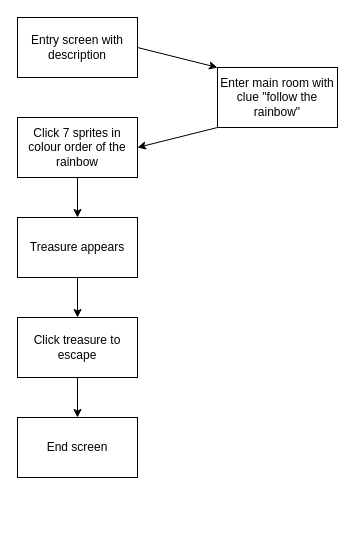
Earlier version of the draw.io diagram test.drawio (SchoolOfCode/escape-room-hackathon-room2grow). Source tidied: cells renumbered, new cells numbered last; positions are measured from the earlier drawing's top-left corner, leaving out a move shared by most shapes. Both pictures are drawn from the tidied source at 100%, with x=0, y=0 at pixel (17, 17).
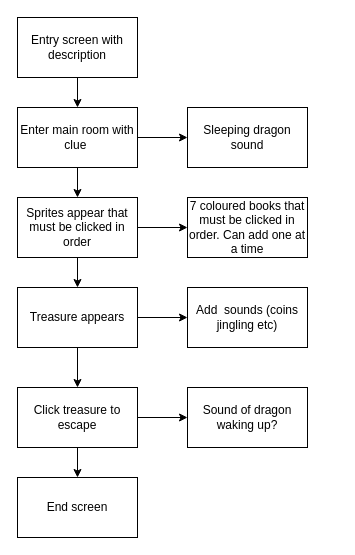
After the change.

Commit message:
updated flow to show additions we can make to reach each MVP

The change refers to these unchanged cells:
```xml
<mxCell id="3" value="Entry screen with description" style="rounded=0;whiteSpace=wrap;html=1;" parent="1" vertex="1">
  <mxGeometry width="120" height="60" as="geometry" />
</mxCell>
```

The edit, as a diff of the source:
```diff
@@
-    <mxCell id="2" style="edgeStyle=none;html=1;exitX=1;exitY=0.5;exitDx=0;exitDy=0;entryX=0;entryY=0;entryDx=0;entryDy=0;" parent="1" edge="1" source="3" target="12">
+    <mxCell id="2" style="edgeStyle=none;html=1;exitX=0.5;exitY=1;exitDx=0;exitDy=0;entryX=0.5;entryY=0;entryDx=0;entryDy=0;" parent="1" edge="1" source="3" target="12">
       <mxGeometry relative="1" as="geometry" />
     </mxCell>
@@
+    <mxCell id="13" style="edgeStyle=none;html=1;exitX=1;exitY=0.5;exitDx=0;exitDy=0;" parent="1" edge="1" source="5">
+      <mxGeometry relative="1" as="geometry">
+        <mxPoint x="120" y="210" as="targetPoint" />
+      </mxGeometry>
+    </mxCell>
+    <mxCell id="14" style="edgeStyle=none;html=1;exitX=1;exitY=0.5;exitDx=0;exitDy=0;entryX=0;entryY=0.5;entryDx=0;entryDy=0;" parent="1" edge="1" source="5" target="18">
+      <mxGeometry relative="1" as="geometry" />
+    </mxCell>
-    <mxCell id="5" value="Click 7 sprites in colour order of the rainbow" style="rounded=0;whiteSpace=wrap;html=1;" parent="1" vertex="1">
-      <mxGeometry y="100" width="120" height="60" as="geometry" />
+    <mxCell id="5" value="Sprites appear that must be clicked in order" style="rounded=0;whiteSpace=wrap;html=1;" parent="1" vertex="1">
+      <mxGeometry y="180" width="120" height="60" as="geometry" />
     </mxCell>
@@
+    <mxCell id="15" style="edgeStyle=none;html=1;exitX=1;exitY=0.5;exitDx=0;exitDy=0;entryX=0;entryY=0.5;entryDx=0;entryDy=0;" parent="1" edge="1" source="7" target="19">
+      <mxGeometry relative="1" as="geometry" />
+    </mxCell>
     <mxCell id="7" value="Treasure appears" style="rounded=0;whiteSpace=wrap;html=1;" parent="1" vertex="1">
-      <mxGeometry y="200" width="120" height="60" as="geometry" />
+      <mxGeometry y="270" width="120" height="60" as="geometry" />
     </mxCell>
@@
+    <mxCell id="16" style="edgeStyle=none;html=1;exitX=1;exitY=0.5;exitDx=0;exitDy=0;entryX=0;entryY=0.5;entryDx=0;entryDy=0;" parent="1" edge="1" source="9" target="20">
+      <mxGeometry relative="1" as="geometry" />
+    </mxCell>
     <mxCell id="9" value="Click treasure to escape" style="rounded=0;whiteSpace=wrap;html=1;" parent="1" vertex="1">
-      <mxGeometry y="300" width="120" height="60" as="geometry" />
+      <mxGeometry y="370" width="120" height="60" as="geometry" />
     </mxCell>
     <mxCell id="10" value="End screen" style="rounded=0;whiteSpace=wrap;html=1;" parent="1" vertex="1">
-      <mxGeometry y="400" width="120" height="60" as="geometry" />
+      <mxGeometry y="460" width="120" height="60" as="geometry" />
     </mxCell>
-    <mxCell id="11" style="edgeStyle=none;html=1;exitX=0;exitY=1;exitDx=0;exitDy=0;entryX=1;entryY=0.5;entryDx=0;entryDy=0;" parent="1" edge="1" source="12" target="5">
+    <mxCell id="11" style="edgeStyle=none;html=1;exitX=0.5;exitY=1;exitDx=0;exitDy=0;entryX=0.5;entryY=0;entryDx=0;entryDy=0;" parent="1" edge="1" source="12" target="5">
       <mxGeometry relative="1" as="geometry" />
     </mxCell>
+    <mxCell id="17" style="edgeStyle=none;html=1;exitX=1;exitY=0.5;exitDx=0;exitDy=0;entryX=0;entryY=0.5;entryDx=0;entryDy=0;" parent="1" edge="1" source="12" target="21">
+      <mxGeometry relative="1" as="geometry" />
+    </mxCell>
-    <mxCell id="12" value="Enter main room with clue &quot;follow the rainbow&quot;" style="rounded=0;whiteSpace=wrap;html=1;" parent="1" vertex="1">
-      <mxGeometry x="200" y="50" width="120" height="60" as="geometry" />
+    <mxCell id="12" value="Enter main room with clue&amp;nbsp;" style="rounded=0;whiteSpace=wrap;html=1;" parent="1" vertex="1">
+      <mxGeometry y="90" width="120" height="60" as="geometry" />
     </mxCell>
+    <mxCell id="18" value="7 coloured books that must be clicked in order. Can add one at a time" style="rounded=0;whiteSpace=wrap;html=1;" parent="1" vertex="1">
+      <mxGeometry x="170" y="180" width="120" height="60" as="geometry" />
+    </mxCell>
+    <mxCell id="19" value="Add&amp;nbsp; sounds (coins jingling etc)" style="rounded=0;whiteSpace=wrap;html=1;" parent="1" vertex="1">
+      <mxGeometry x="170" y="270" width="120" height="60" as="geometry" />
+    </mxCell>
+    <mxCell id="20" value="Sound of dragon waking up?" style="rounded=0;whiteSpace=wrap;html=1;" parent="1" vertex="1">
+      <mxGeometry x="170" y="370" width="120" height="60" as="geometry" />
+    </mxCell>
+    <mxCell id="21" value="Sleeping dragon sound" style="rounded=0;whiteSpace=wrap;html=1;" parent="1" vertex="1">
+      <mxGeometry x="170" y="90" width="120" height="60" as="geometry" />
+    </mxCell>
```
